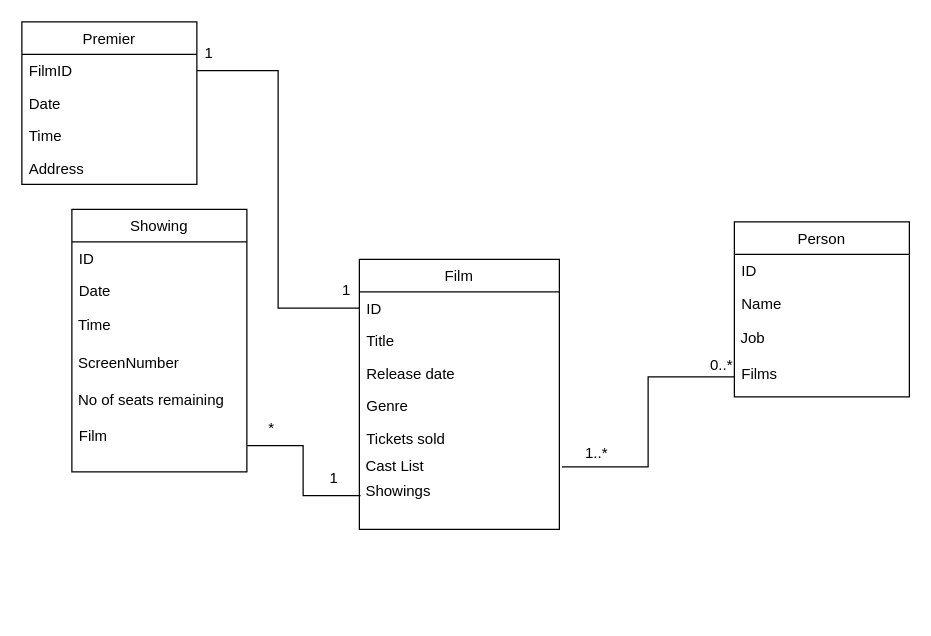
Earlier version of the draw.io diagram Film Database.drawio (LukeYaxley/SoftwareArchitectureAssignment2). Source tidied: cells renumbered, new cells numbered last; positions are measured from the earlier drawing's top-left corner, leaving out a move shared by most shapes. Both pictures are drawn from the tidied source at 125%, with x=0, y=0 at pixel (21, 21).
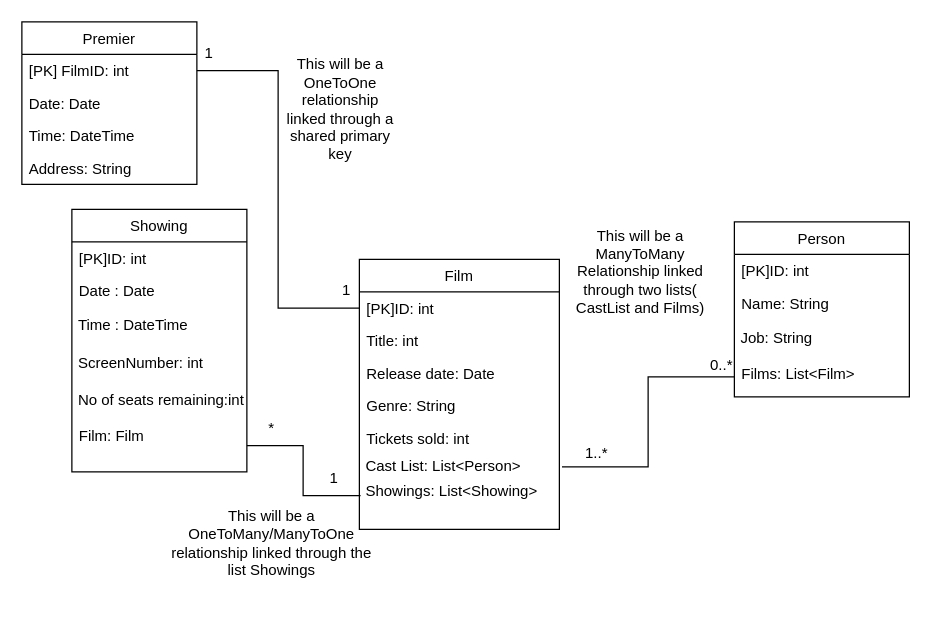
Above is the later version.

The change refers to these unchanged cells:
```xml
<mxCell id="2" value="Film" style="swimlane;fontStyle=0;align=center;verticalAlign=top;horizontal=1;startSize=26;rounded=0;shadow=0;strokeWidth=1;" parent="1" vertex="1">
  <mxGeometry x="270" y="190" width="160" height="216" as="geometry" />
</mxCell>
<mxCell id="10" value="Person" style="swimlane;fontStyle=0;horizontal=1;startSize=26;fillColor=none;" parent="1" vertex="1">
  <mxGeometry x="570" y="160" width="140" height="140" as="geometry" />
</mxCell>
<mxCell id="15" value="Showing" style="swimlane;fontStyle=0;horizontal=1;startSize=26;fillColor=none;" parent="1" vertex="1">
  <mxGeometry x="40" y="150" width="140" height="210" as="geometry" />
</mxCell>
<mxCell id="22" value="Premier" style="swimlane;fontStyle=0;horizontal=1;startSize=26;fillColor=none;" parent="1" vertex="1">
  <mxGeometry width="140" height="130" as="geometry" />
</mxCell>
```

Change to the diagram source:
```diff
@@
-    <mxCell id="3" value="ID" style="text;align=left;verticalAlign=top;spacingLeft=4;spacingRight=4;overflow=hidden;points=[[0,0.5],[1,0.5]];portConstraint=eastwest;" parent="2" vertex="1">
+    <mxCell id="3" value="[PK]ID: int" style="text;align=left;verticalAlign=top;spacingLeft=4;spacingRight=4;overflow=hidden;points=[[0,0.5],[1,0.5]];portConstraint=eastwest;" parent="2" vertex="1">
       <mxGeometry y="26" width="160" height="26" as="geometry" />
     </mxCell>
-    <mxCell id="4" value="Title" style="text;align=left;verticalAlign=top;spacingLeft=4;spacingRight=4;overflow=hidden;rounded=0;shadow=0;html=0;" parent="2" vertex="1">
+    <mxCell id="4" value="Title: int" style="text;align=left;verticalAlign=top;spacingLeft=4;spacingRight=4;overflow=hidden;rounded=0;shadow=0;html=0;" parent="2" vertex="1">
       <mxGeometry y="52" width="160" height="26" as="geometry" />
     </mxCell>
-    <mxCell id="5" value="Release date" style="text;align=left;verticalAlign=top;spacingLeft=4;spacingRight=4;overflow=hidden;rounded=0;shadow=0;html=0;" parent="2" vertex="1">
+    <mxCell id="5" value="Release date: Date" style="text;align=left;verticalAlign=top;spacingLeft=4;spacingRight=4;overflow=hidden;rounded=0;shadow=0;html=0;" parent="2" vertex="1">
       <mxGeometry y="78" width="160" height="26" as="geometry" />
     </mxCell>
-    <mxCell id="6" value="Genre" style="text;align=left;verticalAlign=top;spacingLeft=4;spacingRight=4;overflow=hidden;rounded=0;shadow=0;html=0;" parent="2" vertex="1">
+    <mxCell id="6" value="Genre: String" style="text;align=left;verticalAlign=top;spacingLeft=4;spacingRight=4;overflow=hidden;rounded=0;shadow=0;html=0;" parent="2" vertex="1">
       <mxGeometry y="104" width="160" height="26" as="geometry" />
     </mxCell>
-    <mxCell id="7" value="Tickets sold" style="text;align=left;verticalAlign=top;spacingLeft=4;spacingRight=4;overflow=hidden;rounded=0;shadow=0;html=0;" parent="2" vertex="1">
+    <mxCell id="7" value="Tickets sold: int" style="text;align=left;verticalAlign=top;spacingLeft=4;spacingRight=4;overflow=hidden;rounded=0;shadow=0;html=0;" parent="2" vertex="1">
       <mxGeometry y="130" width="160" height="26" as="geometry" />
     </mxCell>
-    <mxCell id="8" value="&amp;nbsp;Cast List" style="text;html=1;align=left;verticalAlign=middle;points=[];strokeColor=none;fillColor=none;" parent="2" vertex="1">
+    <mxCell id="8" value="&amp;nbsp;Cast List: List&amp;lt;Person&amp;gt;" style="text;html=1;align=left;verticalAlign=middle;points=[];strokeColor=none;fillColor=none;" parent="2" vertex="1">
       <mxGeometry y="156" width="160" height="20" as="geometry" />
     </mxCell>
-    <mxCell id="9" value="&amp;nbsp;Showings" style="text;html=1;align=left;verticalAlign=middle;points=[];strokeColor=none;fillColor=none;" parent="2" vertex="1">
+    <mxCell id="9" value="&amp;nbsp;Showings: List&amp;lt;Showing&amp;gt;" style="text;html=1;align=left;verticalAlign=middle;points=[];strokeColor=none;fillColor=none;" parent="2" vertex="1">
       <mxGeometry y="176" width="160" height="20" as="geometry" />
     </mxCell>
@@
-    <mxCell id="11" value="ID" style="text;strokeColor=none;fillColor=none;align=left;verticalAlign=top;spacingLeft=4;spacingRight=4;overflow=hidden;" parent="10" vertex="1">
+    <mxCell id="11" value="[PK]ID: int" style="text;strokeColor=none;fillColor=none;align=left;verticalAlign=top;spacingLeft=4;spacingRight=4;overflow=hidden;" parent="10" vertex="1">
       <mxGeometry y="26" width="140" height="26" as="geometry" />
     </mxCell>
-    <mxCell id="12" value="Name" style="text;strokeColor=none;fillColor=none;align=left;verticalAlign=top;spacingLeft=4;spacingRight=4;overflow=hidden;" parent="10" vertex="1">
+    <mxCell id="12" value="Name: String" style="text;strokeColor=none;fillColor=none;align=left;verticalAlign=top;spacingLeft=4;spacingRight=4;overflow=hidden;" parent="10" vertex="1">
       <mxGeometry y="52" width="140" height="26" as="geometry" />
     </mxCell>
-    <mxCell id="13" value="&amp;nbsp;Job" style="text;html=1;strokeColor=none;fillColor=none;align=left;verticalAlign=middle;whiteSpace=wrap;rounded=0;" parent="10" vertex="1">
+    <mxCell id="13" value="&amp;nbsp;Job: String" style="text;html=1;strokeColor=none;fillColor=none;align=left;verticalAlign=middle;whiteSpace=wrap;rounded=0;" parent="10" vertex="1">
       <mxGeometry y="78" width="140" height="30" as="geometry" />
     </mxCell>
-    <mxCell id="14" value="Films" style="text;strokeColor=none;fillColor=none;align=left;verticalAlign=top;spacingLeft=4;spacingRight=4;overflow=hidden;points=[[0,0.5],[1,0.5]];portConstraint=eastwest;" parent="10" vertex="1">
+    <mxCell id="14" value="Films: List&lt;Film&gt;" style="text;strokeColor=none;fillColor=none;align=left;verticalAlign=top;spacingLeft=4;spacingRight=4;overflow=hidden;points=[[0,0.5],[1,0.5]];portConstraint=eastwest;" parent="10" vertex="1">
       <mxGeometry y="108" width="140" height="32" as="geometry" />
     </mxCell>
@@
-    <mxCell id="16" value="ID" style="text;strokeColor=none;fillColor=none;align=left;verticalAlign=top;spacingLeft=4;spacingRight=4;overflow=hidden;" parent="15" vertex="1">
+    <mxCell id="16" value="[PK]ID: int" style="text;strokeColor=none;fillColor=none;align=left;verticalAlign=top;spacingLeft=4;spacingRight=4;overflow=hidden;" parent="15" vertex="1">
       <mxGeometry y="26" width="140" height="26" as="geometry" />
     </mxCell>
-    <mxCell id="17" value="Date" style="text;strokeColor=none;fillColor=none;align=left;verticalAlign=top;spacingLeft=4;spacingRight=4;overflow=hidden;" parent="15" vertex="1">
+    <mxCell id="17" value="Date : Date" style="text;strokeColor=none;fillColor=none;align=left;verticalAlign=top;spacingLeft=4;spacingRight=4;overflow=hidden;" parent="15" vertex="1">
       <mxGeometry y="52" width="140" height="26" as="geometry" />
     </mxCell>
-    <mxCell id="18" value="&amp;nbsp;Time" style="text;html=1;strokeColor=none;fillColor=none;align=left;verticalAlign=middle;whiteSpace=wrap;rounded=0;" parent="15" vertex="1">
+    <mxCell id="18" value="&amp;nbsp;Time : DateTime" style="text;html=1;strokeColor=none;fillColor=none;align=left;verticalAlign=middle;whiteSpace=wrap;rounded=0;" parent="15" vertex="1">
       <mxGeometry y="78" width="140" height="30" as="geometry" />
     </mxCell>
-    <mxCell id="19" value="&amp;nbsp;ScreenNumber" style="text;html=1;strokeColor=none;fillColor=none;align=left;verticalAlign=middle;whiteSpace=wrap;rounded=0;" parent="15" vertex="1">
+    <mxCell id="19" value="&amp;nbsp;ScreenNumber: int" style="text;html=1;strokeColor=none;fillColor=none;align=left;verticalAlign=middle;whiteSpace=wrap;rounded=0;" parent="15" vertex="1">
       <mxGeometry y="108" width="140" height="30" as="geometry" />
     </mxCell>
-    <mxCell id="20" value="&amp;nbsp;No of seats remaining" style="text;html=1;strokeColor=none;fillColor=none;align=left;verticalAlign=middle;whiteSpace=wrap;rounded=0;" parent="15" vertex="1">
+    <mxCell id="20" value="&amp;nbsp;No of seats remaining:int" style="text;html=1;strokeColor=none;fillColor=none;align=left;verticalAlign=middle;whiteSpace=wrap;rounded=0;" parent="15" vertex="1">
       <mxGeometry y="138" width="140" height="30" as="geometry" />
     </mxCell>
-    <mxCell id="21" value="Film" style="text;strokeColor=none;fillColor=none;align=left;verticalAlign=top;spacingLeft=4;spacingRight=4;overflow=hidden;points=[[0,0.5],[1,0.5]];portConstraint=eastwest;" parent="15" vertex="1">
+    <mxCell id="21" value="Film: Film" style="text;strokeColor=none;fillColor=none;align=left;verticalAlign=top;spacingLeft=4;spacingRight=4;overflow=hidden;points=[[0,0.5],[1,0.5]];portConstraint=eastwest;" parent="15" vertex="1">
       <mxGeometry y="168" width="140" height="42" as="geometry" />
     </mxCell>
@@
-    <mxCell id="23" value="FilmID" style="text;strokeColor=none;fillColor=none;align=left;verticalAlign=top;spacingLeft=4;spacingRight=4;overflow=hidden;points=[[0,0.5],[1,0.5]];portConstraint=eastwest;" parent="22" vertex="1">
+    <mxCell id="23" value="[PK] FilmID: int" style="text;strokeColor=none;fillColor=none;align=left;verticalAlign=top;spacingLeft=4;spacingRight=4;overflow=hidden;points=[[0,0.5],[1,0.5]];portConstraint=eastwest;" parent="22" vertex="1">
       <mxGeometry y="26" width="140" height="26" as="geometry" />
     </mxCell>
-    <mxCell id="24" value="Date" style="text;strokeColor=none;fillColor=none;align=left;verticalAlign=top;spacingLeft=4;spacingRight=4;overflow=hidden;" parent="22" vertex="1">
+    <mxCell id="24" value="Date: Date" style="text;strokeColor=none;fillColor=none;align=left;verticalAlign=top;spacingLeft=4;spacingRight=4;overflow=hidden;" parent="22" vertex="1">
       <mxGeometry y="52" width="140" height="26" as="geometry" />
     </mxCell>
-    <mxCell id="25" value="Time" style="text;strokeColor=none;fillColor=none;align=left;verticalAlign=top;spacingLeft=4;spacingRight=4;overflow=hidden;" parent="22" vertex="1">
+    <mxCell id="25" value="Time: DateTime" style="text;strokeColor=none;fillColor=none;align=left;verticalAlign=top;spacingLeft=4;spacingRight=4;overflow=hidden;" parent="22" vertex="1">
       <mxGeometry y="78" width="140" height="26" as="geometry" />
     </mxCell>
-    <mxCell id="26" value="Address" style="text;strokeColor=none;fillColor=none;align=left;verticalAlign=top;spacingLeft=4;spacingRight=4;overflow=hidden;" parent="22" vertex="1">
+    <mxCell id="26" value="Address: String" style="text;strokeColor=none;fillColor=none;align=left;verticalAlign=top;spacingLeft=4;spacingRight=4;overflow=hidden;" parent="22" vertex="1">
       <mxGeometry y="104" width="140" height="26" as="geometry" />
     </mxCell>
@@
+    <mxCell id="36" value="This will be a OneToOne relationship linked through a shared primary key" style="text;html=1;strokeColor=none;fillColor=none;align=center;verticalAlign=middle;whiteSpace=wrap;rounded=0;" parent="1" vertex="1">
+      <mxGeometry x="210" y="50" width="90" height="40" as="geometry" />
+    </mxCell>
+    <mxCell id="37" value="This will be a ManyToMany Relationship linked through two lists( CastList and Films)" style="text;html=1;strokeColor=none;fillColor=none;align=center;verticalAlign=middle;whiteSpace=wrap;rounded=0;" parent="1" vertex="1">
+      <mxGeometry x="430" y="160" width="130" height="80" as="geometry" />
+    </mxCell>
+    <mxCell id="38" value="This will be a OneToMany/ManyToOne relationship linked through the list Showings" style="text;html=1;strokeColor=none;fillColor=none;align=center;verticalAlign=middle;whiteSpace=wrap;rounded=0;" parent="1" vertex="1">
+      <mxGeometry x="115" y="360" width="170" height="114" as="geometry" />
+    </mxCell>
```
